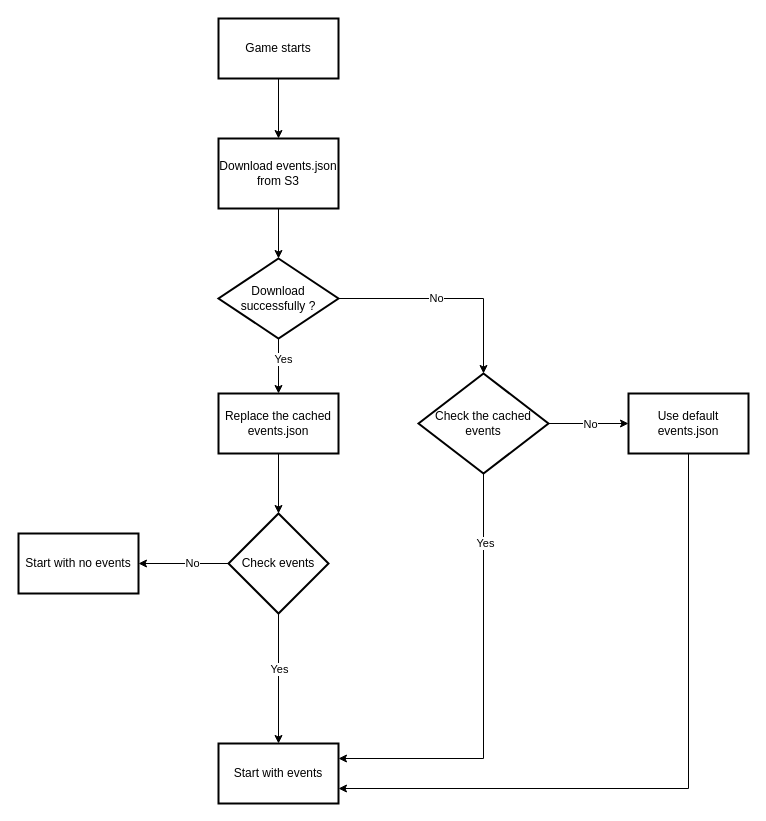
This is page "Client pull events json" (5 of 5) of 未命名绘图.drawio from yaohuiwu/SimpleFS, a draw.io file, before an edit. Source tidied: cells renumbered, new cells numbered last; positions are measured from the earlier drawing's top-left corner, leaving out a move shared by most shapes. Both pictures are drawn from the tidied source at 100%, with x=0, y=0 at pixel (18, 18).
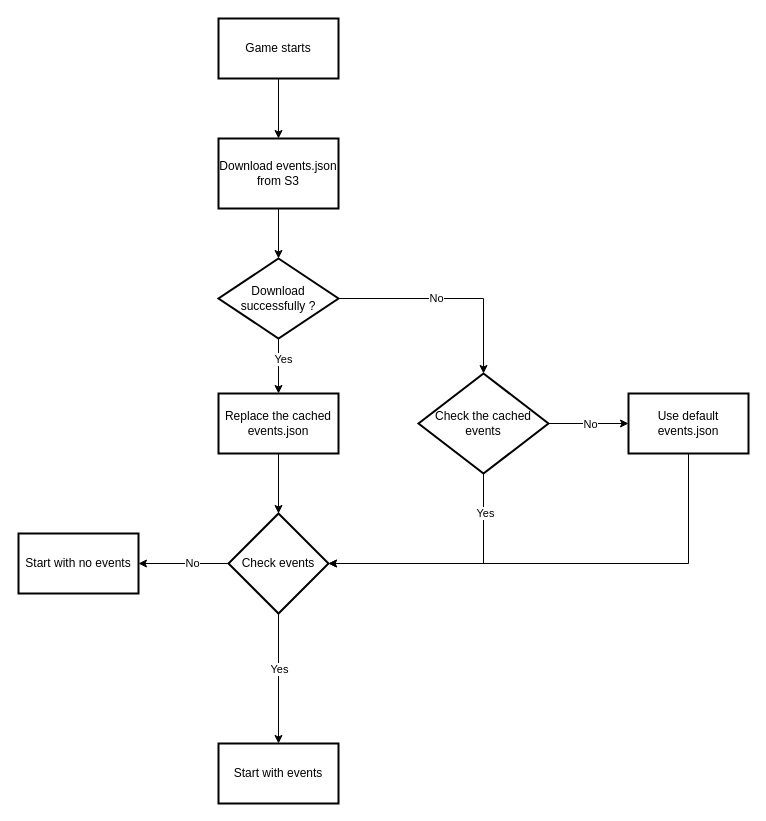
The same diagram, later.

Commit message:
更新未命名绘图.drawio

The change refers to these unchanged cells:
```xml
<mxCell id="14" value="Start with events" style="whiteSpace=wrap;html=1;strokeWidth=2;" parent="1" vertex="1">
  <mxGeometry x="200" y="725" width="120" height="60" as="geometry" />
</mxCell>
<mxCell id="20" value="Use default events.json" style="whiteSpace=wrap;html=1;strokeWidth=2;" parent="1" vertex="1">
  <mxGeometry x="610" y="375" width="120" height="60" as="geometry" />
</mxCell>
<mxCell id="24" value="Check events" style="strokeWidth=2;html=1;shape=mxgraph.flowchart.decision;whiteSpace=wrap;" parent="1" vertex="1">
  <mxGeometry x="210" y="495" width="100" height="100" as="geometry" />
</mxCell>
<mxCell id="25" value="Check the cached events" style="strokeWidth=2;html=1;shape=mxgraph.flowchart.decision;whiteSpace=wrap;" parent="1" vertex="1">
  <mxGeometry x="400" y="355" width="130" height="100" as="geometry" />
</mxCell>
```

The edit, as a diff of the source:
```diff
@@
-    <mxCell id="15" style="edgeStyle=none;rounded=0;jettySize=auto;html=1;entryX=1;entryY=0.25;entryDx=0;entryDy=0;" parent="1" edge="1" source="25" target="14">
+    <mxCell id="15" style="edgeStyle=none;rounded=0;jettySize=auto;html=1;entryX=1;entryY=0.5;entryDx=0;entryDy=0;entryPerimeter=0;" parent="1" edge="1" source="25" target="24">
       <mxGeometry relative="1" as="geometry">
         <Array as="points">
-          <mxPoint x="465" y="740" />
+          <mxPoint x="465" y="545" />
         </Array>
       </mxGeometry>
     </mxCell>
@@
-    <mxCell id="19" style="edgeStyle=none;rounded=0;jettySize=auto;html=1;exitX=0.5;exitY=1;exitDx=0;exitDy=0;entryX=1;entryY=0.75;entryDx=0;entryDy=0;" parent="1" edge="1" source="20" target="14">
+    <mxCell id="19" style="edgeStyle=none;rounded=0;jettySize=auto;html=1;exitX=0.5;exitY=1;exitDx=0;exitDy=0;entryX=1;entryY=0.5;entryDx=0;entryDy=0;entryPerimeter=0;" parent="1" edge="1" source="20" target="24">
       <mxGeometry relative="1" as="geometry">
         <Array as="points">
-          <mxPoint x="670" y="770" />
+          <mxPoint x="670" y="545" />
         </Array>
       </mxGeometry>
     </mxCell>
```
